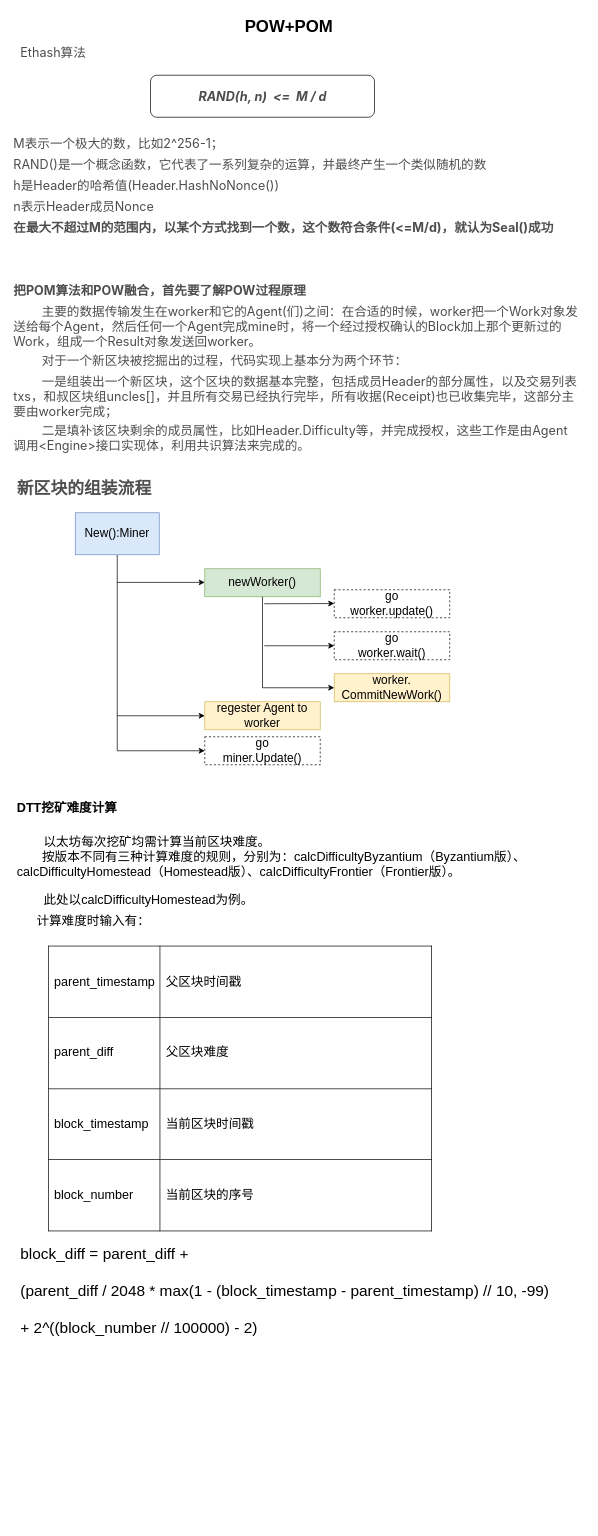
The draw.io diagram Untitled Diagram.drawio in JerryYangGitHub/POM-POW, before the edit. Source tidied: cells renumbered, new cells numbered last; positions are measured from the earlier drawing's top-left corner, leaving out a move shared by most shapes. Both pictures are drawn from the tidied source at 70%, with x=0, y=0 at pixel (12, 12).
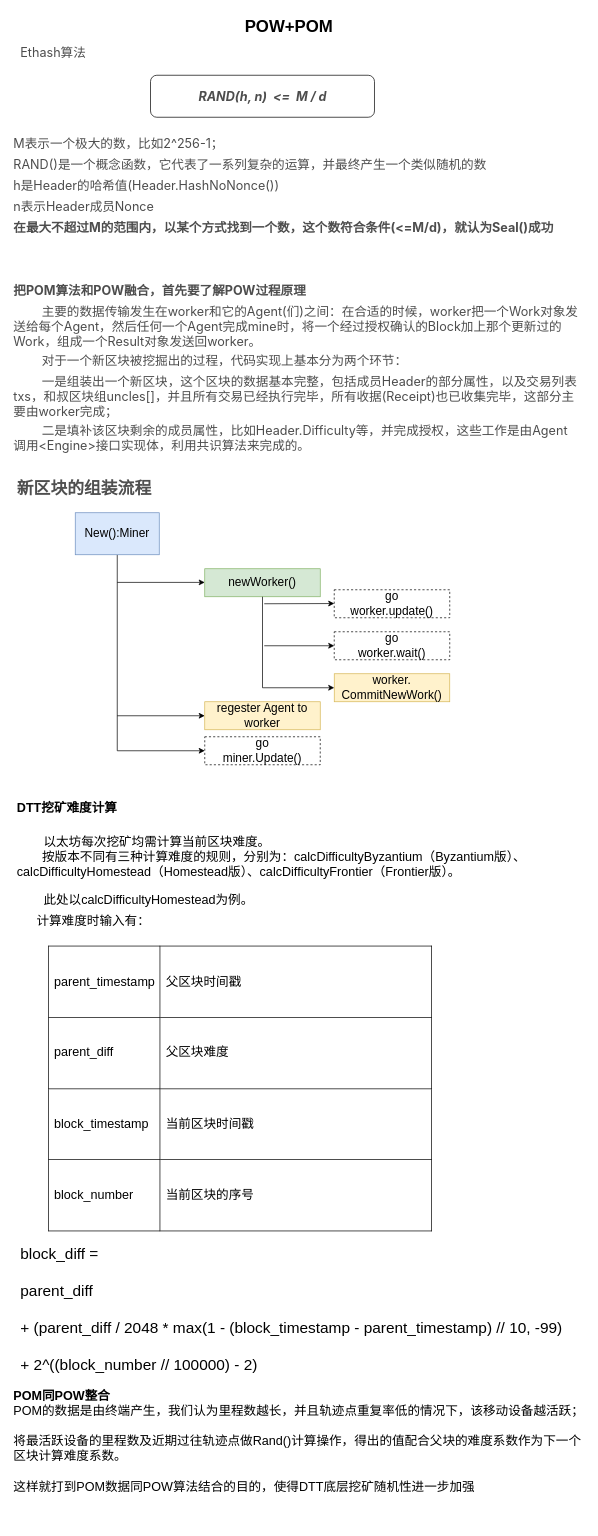
The same diagram, later.

What changed in the source:
```diff
@@
-    <mxCell id="34" value="&lt;font style=&quot;font-size: 22px&quot;&gt;block_diff = parent_diff + &lt;br&gt;&lt;br&gt;(parent_diff / 2048 * max(1 - (block_timestamp - parent_timestamp) // 10, -99)&lt;br&gt;&lt;br&gt;+ 2^((block_number // 100000) - 2)&lt;/font&gt;" style="text;whiteSpace=wrap;html=1;" parent="1" vertex="1">
+    <mxCell id="34" value="&lt;font style=&quot;font-size: 22px&quot;&gt;block_diff = &lt;br&gt;&lt;br&gt;parent_diff&amp;nbsp;&lt;br&gt;&lt;br&gt;+&amp;nbsp;(parent_diff / 2048 * max(1 - (block_timestamp - parent_timestamp) // 10, -99)&lt;br&gt;&lt;br&gt;+ 2^((block_number // 100000) - 2)&lt;/font&gt;" style="text;whiteSpace=wrap;html=1;" parent="1" vertex="1">
       <mxGeometry x="10" y="1755" width="780" height="125" as="geometry" />
     </mxCell>
+    <mxCell id="35" value="&lt;font style=&quot;font-size: 18px&quot;&gt;&lt;b&gt;POM同POW整合&lt;/b&gt;&lt;br&gt;POM的数据是由终端产生，我们认为里程数越长，并且轨迹点重复率低的情况下，该移动设备越活跃；&lt;br&gt;&lt;br&gt;将最活跃设备的里程数及近期过往轨迹点做Rand()计算操作，得出的值配合父块的难度系数作为下一个区块计算难度系数。&lt;br&gt;&lt;br&gt;这样就打到POM数据同POW算法结合的目的，使得DTT底层挖矿随机性进一步加强&lt;br&gt;&lt;/font&gt;" style="text;whiteSpace=wrap;html=1;" parent="1" vertex="1">
+      <mxGeometry y="1960" width="820" height="200" as="geometry" />
+    </mxCell>
```
